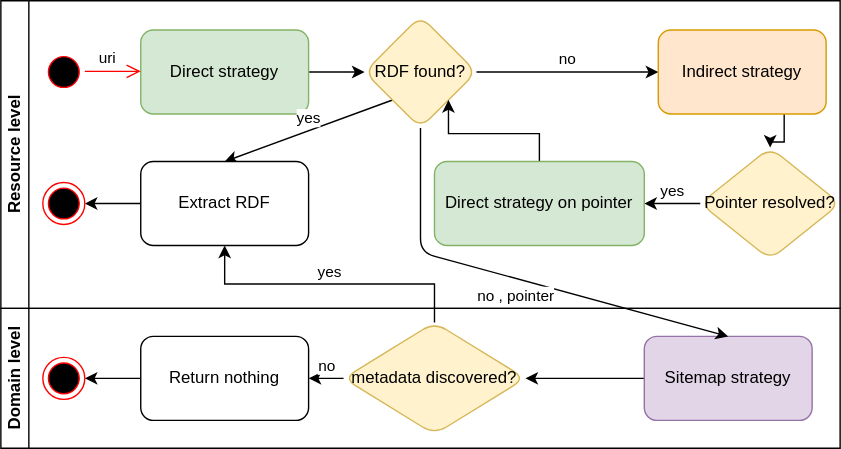
Earlier version of the draw.io export papers/wrx/wrx_overview.drawio.svg (cedricdcc/papers). Source tidied: cells renumbered, new cells last; positions are measured from the earlier drawing's top-left corner, leaving out a move shared by most shapes.
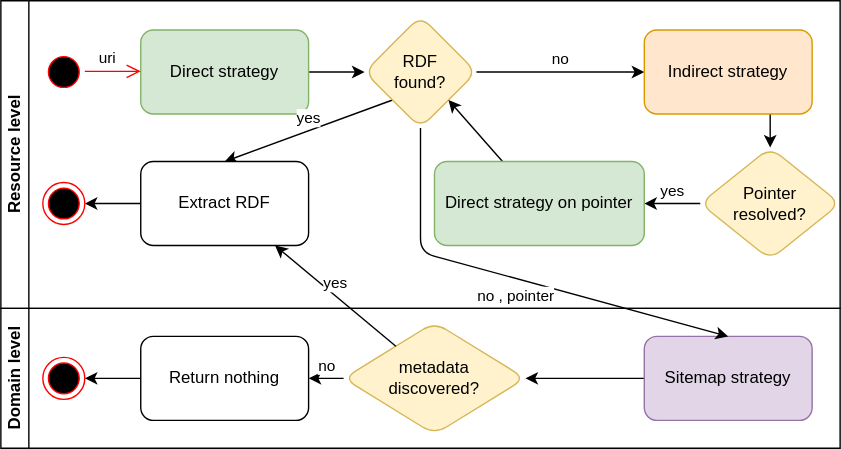
After the change.

Commit message:
wrx pages update and svf edits overview

Change to the diagram source:
```diff
@@ -17,19 +17,19 @@
     <mxCell id="6" value="yes" style="rounded=0;jettySize=auto;html=1;exitX=0;exitY=1;exitDx=0;exitDy=0;entryX=0.5;entryY=0;entryDx=0;entryDy=0;verticalAlign=bottom;" parent="2" edge="1" source="7" target="13">
       <mxGeometry relative="1" as="geometry" />
     </mxCell>
-    <mxCell id="7" value="RDF found?" style="rhombus;whiteSpace=wrap;html=1;rounded=1;fillColor=#fff2cc;strokeColor=#d6b656;" parent="2" vertex="1">
+    <mxCell id="7" value="RDF &lt;br&gt;found?" style="rhombus;whiteSpace=wrap;html=1;rounded=1;fillColor=#fff2cc;strokeColor=#d6b656;" parent="2" vertex="1">
       <mxGeometry x="260" y="11" width="80" height="80" as="geometry" />
     </mxCell>
     <mxCell id="8" style="edgeStyle=orthogonalEdgeStyle;rounded=0;jettySize=auto;html=1;exitX=0.75;exitY=1;exitDx=0;exitDy=0;" parent="2" edge="1" source="9" target="11">
       <mxGeometry relative="1" as="geometry" />
     </mxCell>
     <mxCell id="9" value="Indirect strategy" style="whiteSpace=wrap;html=1;fillColor=#ffe6cc;strokeColor=#d79b00;rounded=1;" parent="2" vertex="1">
-      <mxGeometry x="470" y="21" width="120" height="60" as="geometry" />
+      <mxGeometry x="460" y="21" width="120" height="60" as="geometry" />
     </mxCell>
     <mxCell id="10" value="yes" style="edgeStyle=orthogonalEdgeStyle;rounded=0;jettySize=auto;html=1;verticalAlign=bottom;" parent="2" edge="1" source="11" target="15">
       <mxGeometry relative="1" as="geometry" />
     </mxCell>
-    <mxCell id="11" value="Pointer resolved?" style="rhombus;whiteSpace=wrap;html=1;rounded=1;fillColor=#fff2cc;strokeColor=#d6b656;" parent="2" vertex="1">
+    <mxCell id="11" value="Pointer &lt;br&gt;resolved?" style="rhombus;whiteSpace=wrap;html=1;rounded=1;fillColor=#fff2cc;strokeColor=#d6b656;" parent="2" vertex="1">
       <mxGeometry x="500" y="105" width="100" height="80" as="geometry" />
     </mxCell>
     <mxCell id="12" style="edgeStyle=orthogonalEdgeStyle;rounded=0;jettySize=auto;html=1;" parent="2" edge="1" source="13" target="16">
@@ -38,7 +38,7 @@
     <mxCell id="13" value="Extract RDF" style="whiteSpace=wrap;html=1;rounded=1;" parent="2" vertex="1">
       <mxGeometry x="100" y="115" width="120" height="60" as="geometry" />
     </mxCell>
-    <mxCell id="14" style="edgeStyle=orthogonalEdgeStyle;rounded=0;jettySize=auto;html=1;entryX=1;entryY=1;entryDx=0;entryDy=0;" parent="2" edge="1" source="15" target="7">
+    <mxCell id="14" style="rounded=0;jettySize=auto;html=1;entryX=1;entryY=1;entryDx=0;entryDy=0;" parent="2" edge="1" source="15" target="7">
       <mxGeometry relative="1" as="geometry" />
     </mxCell>
     <mxCell id="15" value="Direct strategy on pointer" style="rounded=1;whiteSpace=wrap;html=1;fillColor=#d5e8d4;strokeColor=#82b366;" parent="2" vertex="1">
@@ -73,7 +73,7 @@
     <mxCell id="23" value="no" style="edgeStyle=orthogonalEdgeStyle;rounded=0;jettySize=auto;html=1;verticalAlign=bottom;" parent="20" edge="1" source="24" target="26">
       <mxGeometry relative="1" as="geometry" />
     </mxCell>
-    <mxCell id="24" value="metadata discovered?" style="rhombus;whiteSpace=wrap;html=1;fillColor=#fff2cc;strokeColor=#d6b656;rounded=1;" parent="20" vertex="1">
+    <mxCell id="24" value="metadata &lt;br&gt;discovered?" style="rhombus;whiteSpace=wrap;html=1;fillColor=#fff2cc;strokeColor=#d6b656;rounded=1;" parent="20" vertex="1">
       <mxGeometry x="245" y="10" width="130" height="80" as="geometry" />
     </mxCell>
     <mxCell id="25" style="edgeStyle=orthogonalEdgeStyle;rounded=0;jettySize=auto;html=1;" parent="20" edge="1" source="26" target="27">
@@ -85,7 +85,7 @@
     <mxCell id="27" style="ellipse;html=1;shape=endState;fillColor=#000000;strokeColor=#ff0000;" parent="20" vertex="1">
       <mxGeometry x="30" y="35" width="30" height="30" as="geometry" />
     </mxCell>
-    <mxCell id="28" value="yes" style="edgeStyle=orthogonalEdgeStyle;rounded=0;jettySize=auto;html=1;exitX=0.5;exitY=0;exitDx=0;exitDy=0;verticalAlign=bottom;" parent="1" edge="1" source="24" target="13">
+    <mxCell id="28" value="yes" style="rounded=0;jettySize=auto;html=1;verticalAlign=bottom;" parent="1" edge="1" source="24" target="13">
       <mxGeometry relative="1" as="geometry" />
     </mxCell>
     <mxCell id="29" value="no , pointer" style="edgeStyle=none;html=1;entryX=0.5;entryY=0;entryDx=0;entryDy=0;horizontal=1;verticalAlign=top;" parent="1" edge="1" source="7" target="22">
```
